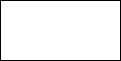
SlugTools/api keeps this draw.io diagram as layout.drawio.png. Above is the earlier version. Source tidied: cells renumbered, new cells last; positions are measured from the earlier drawing's top-left corner, leaving out a move shared by most shapes.
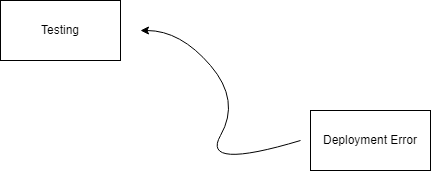
After the change.

The edit, as a diff of the source:
```diff
@@ -2,8 +2,22 @@
   <root>
     <mxCell id="0" />
     <mxCell id="1" parent="0" />
-    <mxCell id="2" style="rounded=0;whiteSpace=wrap;html=1;" parent="1" vertex="1">
+    <mxCell id="2" value="Testing" style="rounded=0;whiteSpace=wrap;html=1;" parent="1" vertex="1">
       <mxGeometry width="120" height="60" as="geometry" />
     </mxCell>
+    <mxCell id="3" style="curved=1;endArrow=classic;html=1;" parent="1" edge="1">
+      <mxGeometry relative="1" as="geometry">
+        <mxPoint x="300" y="140" as="sourcePoint" />
+        <mxPoint x="140" y="30" as="targetPoint" />
+        <Array as="points">
+          <mxPoint x="200" y="170" />
+          <mxPoint x="240" y="100" />
+          <mxPoint x="180" y="30" />
+        </Array>
+      </mxGeometry>
+    </mxCell>
+    <mxCell id="4" value="Deployment Error" style="rounded=0;whiteSpace=wrap;html=1;" parent="1" vertex="1">
+      <mxGeometry x="310" y="110" width="120" height="60" as="geometry" />
+    </mxCell>
   </root>
 </mxGraphModel>
```
